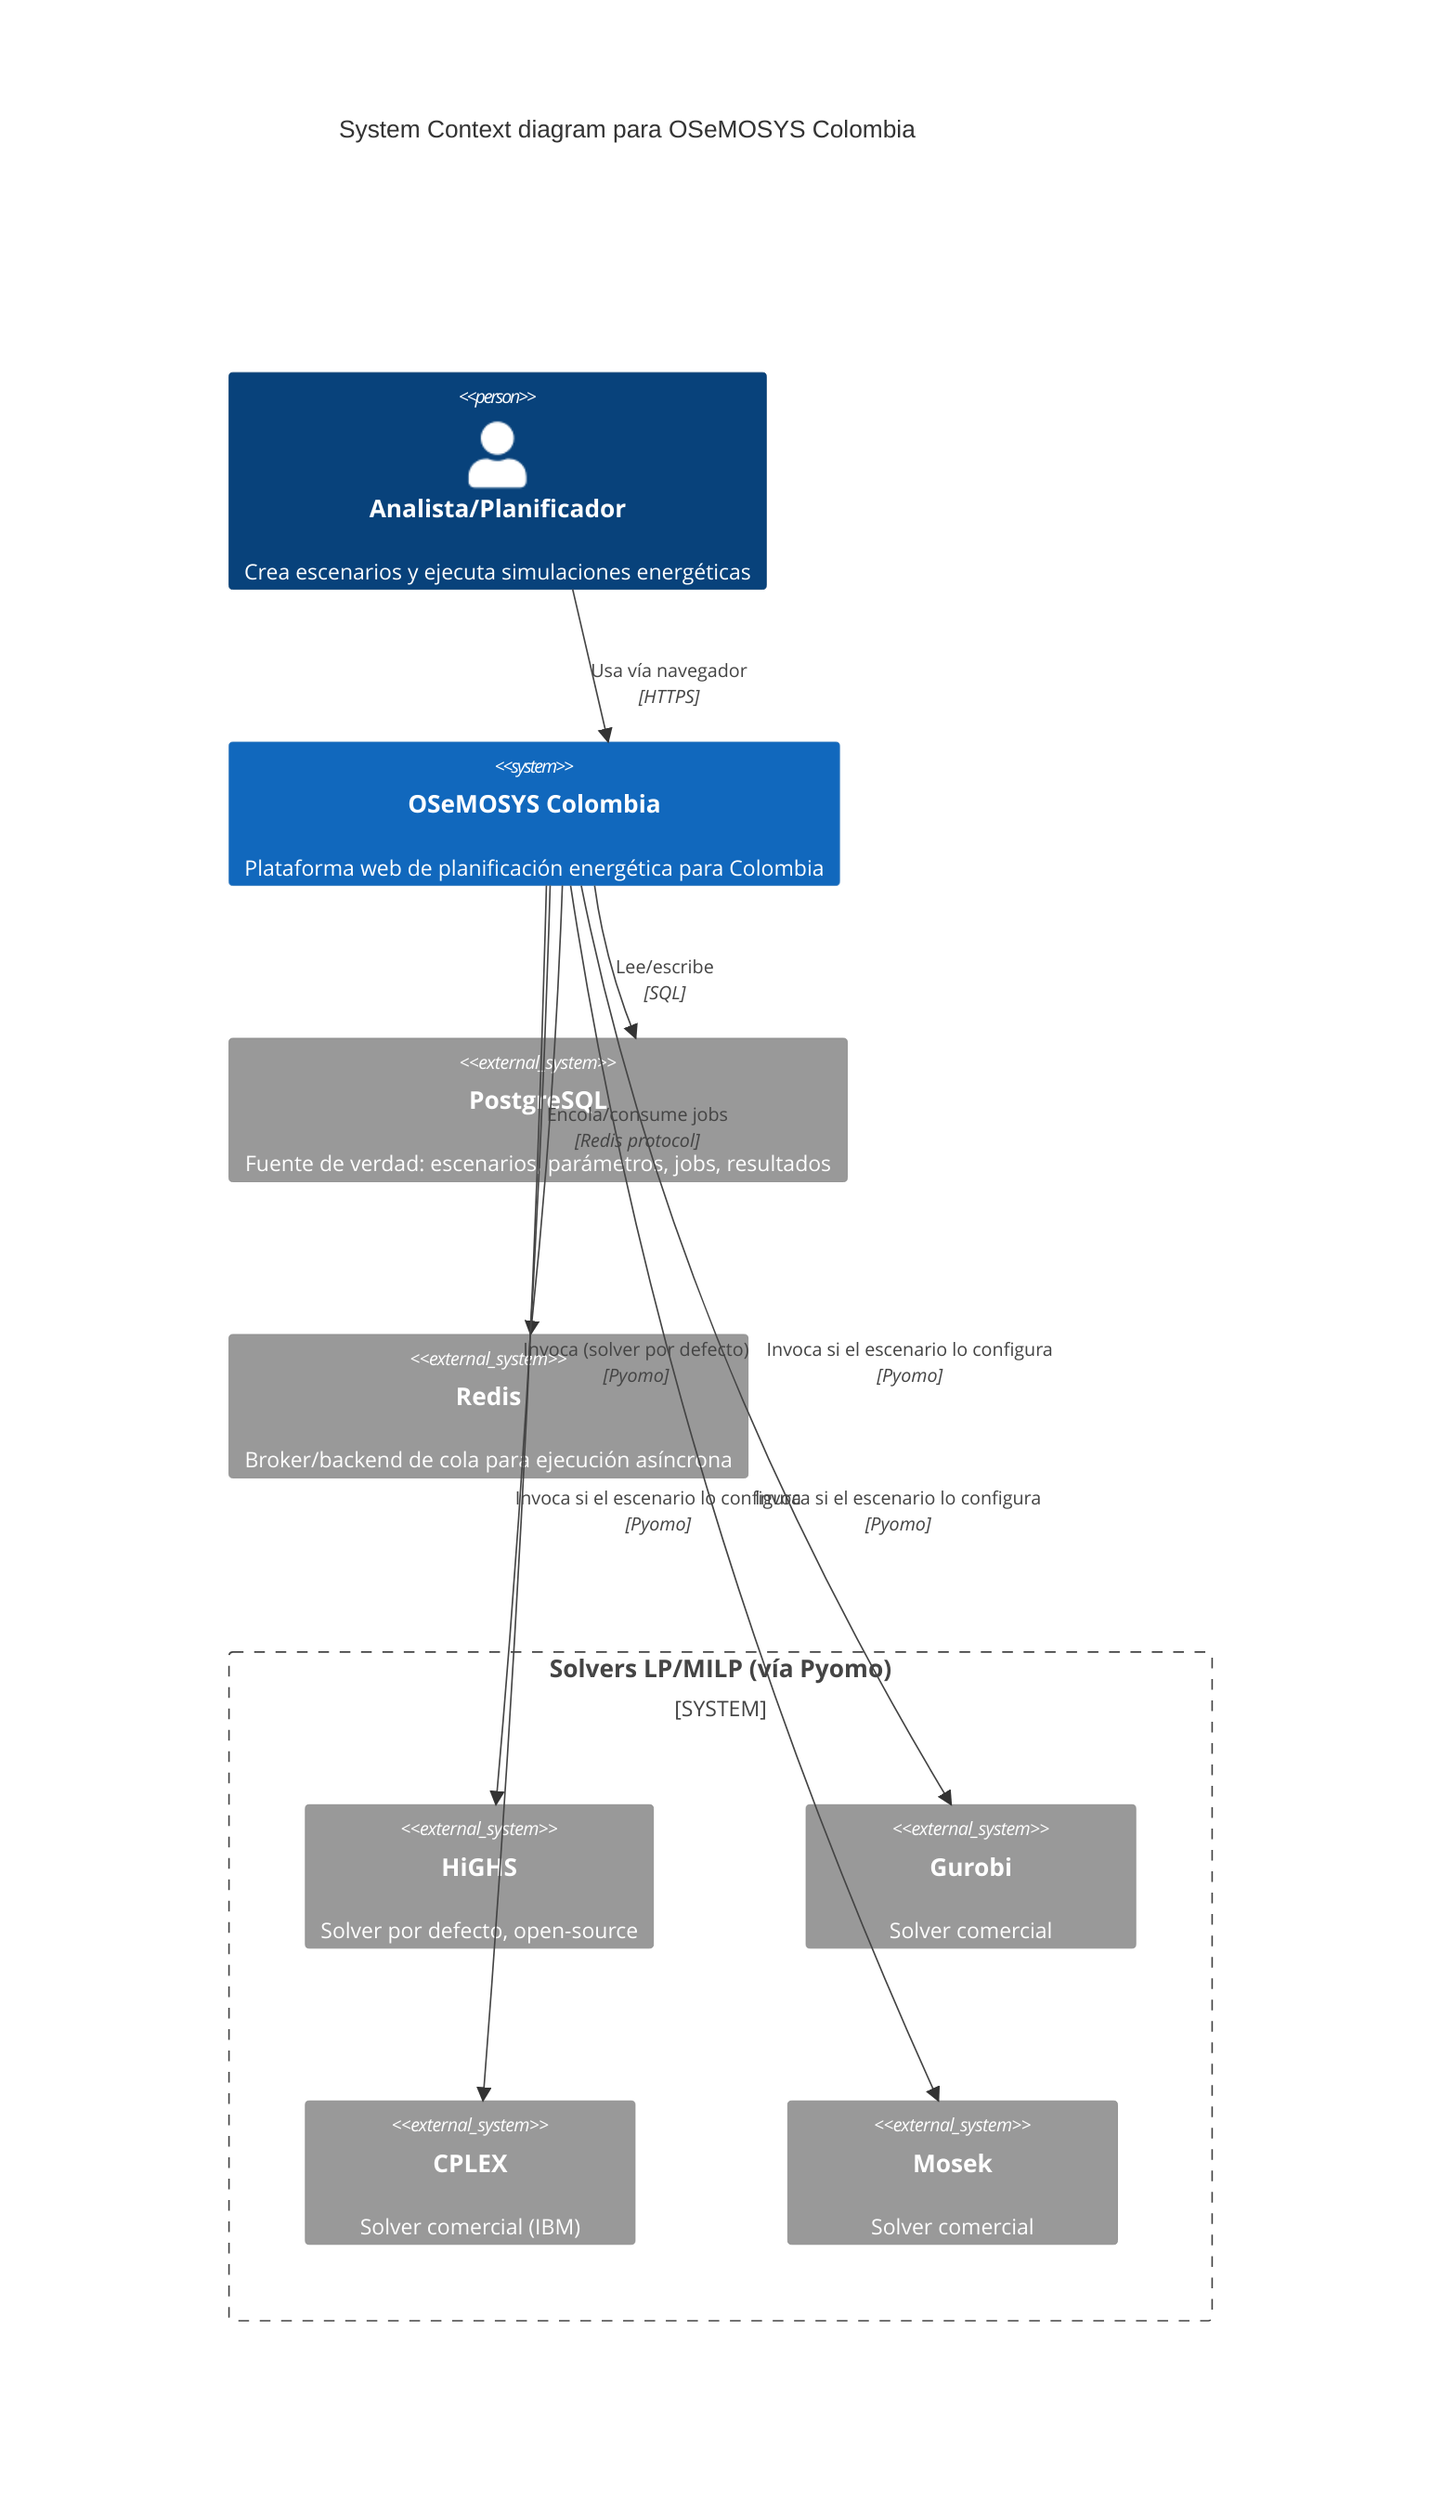
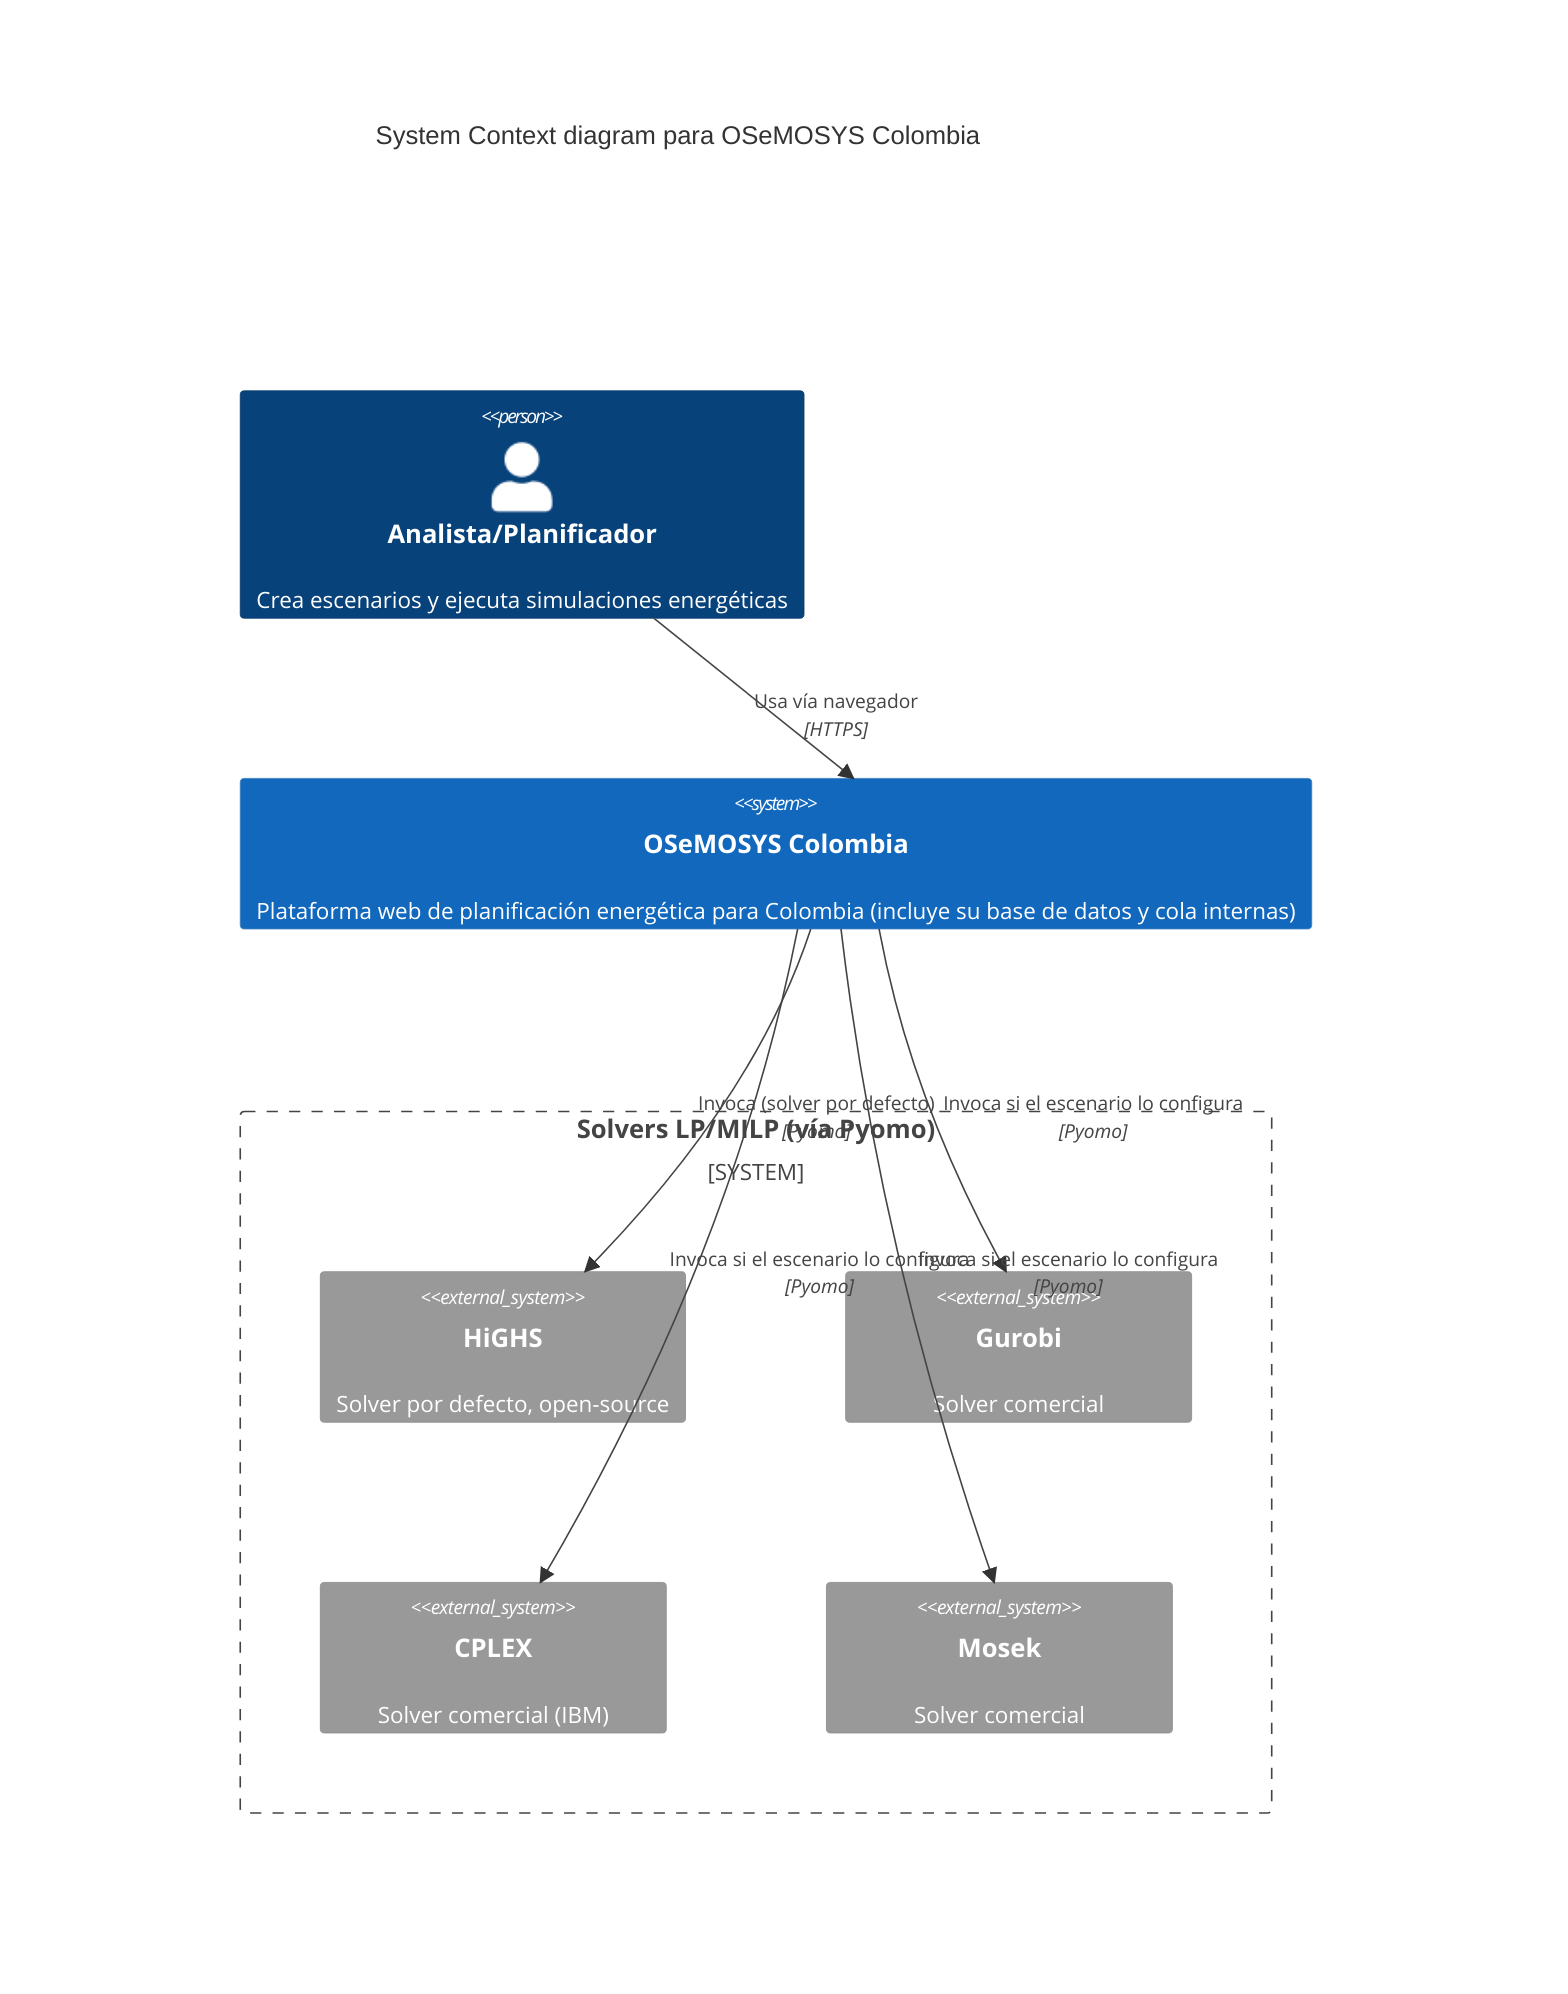
C4Context
    title System Context diagram para OSeMOSYS Colombia

    Person(analyst, "Analista/Planificador", "Crea escenarios y ejecuta simulaciones energéticas")

-     System(osemosys, "OSeMOSYS Colombia", "Plataforma web de planificación energética para Colombia")
- 
-     System_Ext(postgres, "PostgreSQL", "Fuente de verdad: escenarios, parámetros, jobs, resultados")
-     System_Ext(redis, "Redis", "Broker/backend de cola para ejecución asíncrona")
+     System(osemosys, "OSeMOSYS Colombia", "Plataforma web de planificación energética para Colombia (incluye su base de datos y cola internas)")

    System_Boundary(solvers, "Solvers LP/MILP (vía Pyomo)") {
        System_Ext(highs, "HiGHS", "Solver por defecto, open-source")
        System_Ext(gurobi, "Gurobi", "Solver comercial")
        System_Ext(cplex, "CPLEX", "Solver comercial (IBM)")
        System_Ext(mosek, "Mosek", "Solver comercial")
    }

    Rel(analyst, osemosys, "Usa vía navegador", "HTTPS")
-     Rel(osemosys, postgres, "Lee/escribe", "SQL")
-     Rel(osemosys, redis, "Encola/consume jobs", "Redis protocol")
    Rel(osemosys, highs, "Invoca (solver por defecto)", "Pyomo")
    Rel(osemosys, gurobi, "Invoca si el escenario lo configura", "Pyomo")
    Rel(osemosys, cplex, "Invoca si el escenario lo configura", "Pyomo")
    Rel(osemosys, mosek, "Invoca si el escenario lo configura", "Pyomo")
